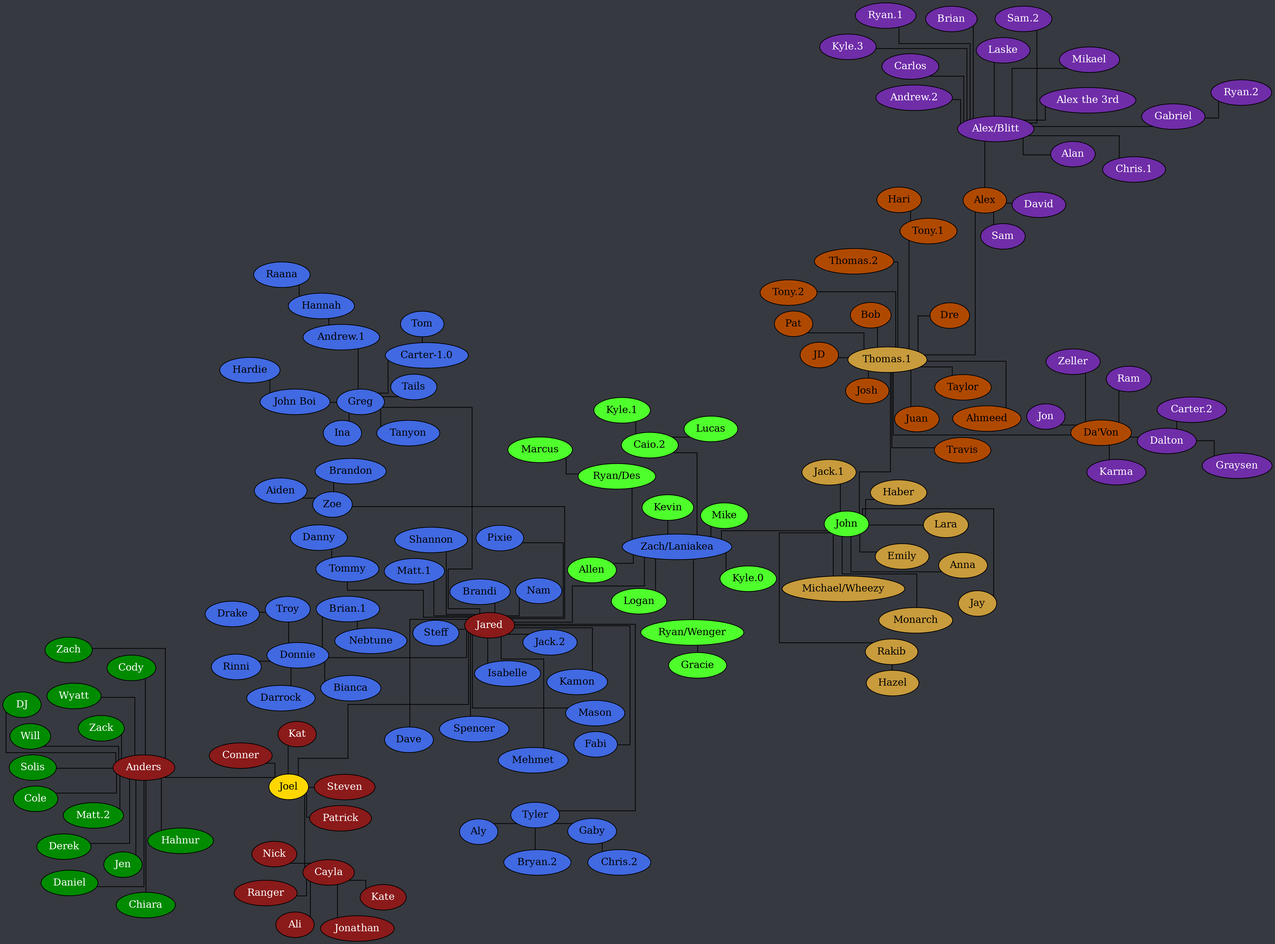
Documidas/CoronaCatzFamilyTree keeps this Graphviz diagram as tree.png. Above is the earlier version. Its source is kept beside it as tree.dot.
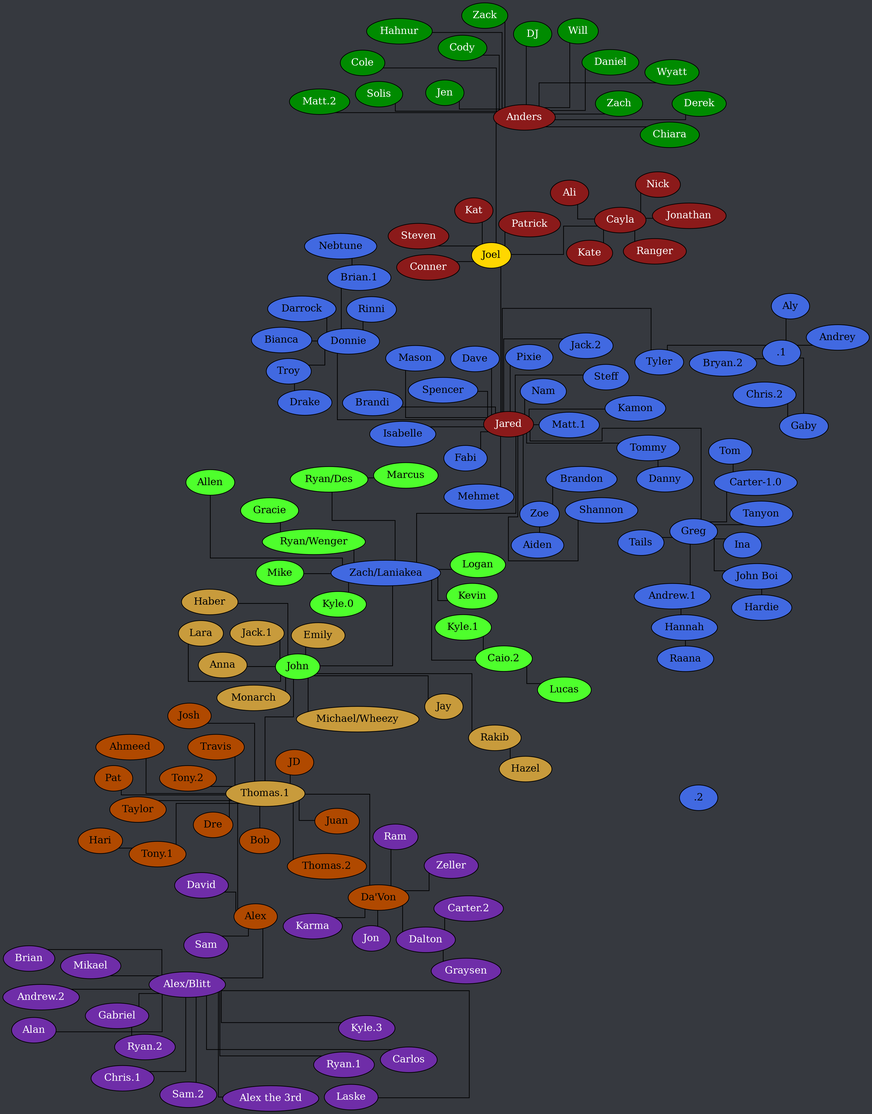
Later version of the same file.

Commit message:
Add Andrey + Tyler.2, rename Tyler to Tyler.1

Diff of the diagram source:
```diff
@@ -84,15 +84,17 @@
 		Jared -- Spencer;
 		Jared -- Steff;
 		Jared -- Tommy;
-		Jared -- Tyler;
+		Jared -- Tyler.1;
 		Jared -- "Zach/Laniakea";
 		Jared -- Zoe;
 		"John Boi" -- Hardie;
 		Tommy -- Danny;
 		Troy -- Drake;
-		Tyler -- Aly;
-		Tyler -- "Bryan.2";
-		Tyler -- Gaby;
+		Tyler.1 -- Aly;
+		Tyler.1 -- Andrey;
+		Tyler.1 -- "Bryan.2";
+		Tyler.1 -- Gaby;
+		Tyler.1 -- Tyler.2;
 		Zoe -- Aiden;
 		Zoe -- Brandon;
 	}
```
